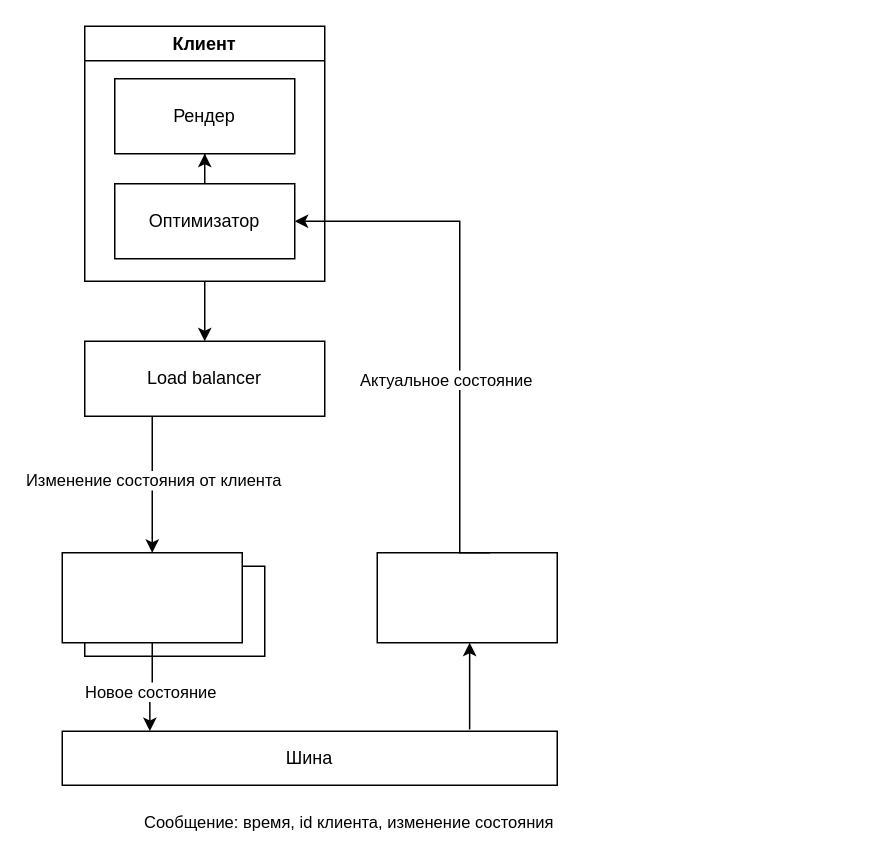
Before: Обработка игровой логики.drawio in careock/diagrams, a draw.io diagram. Source tidied: cells renumbered, new cells numbered last; positions are measured from the earlier drawing's top-left corner, leaving out a move shared by most shapes. Both pictures are drawn from the tidied source at 150%, with x=0, y=0 at pixel (62, 26).
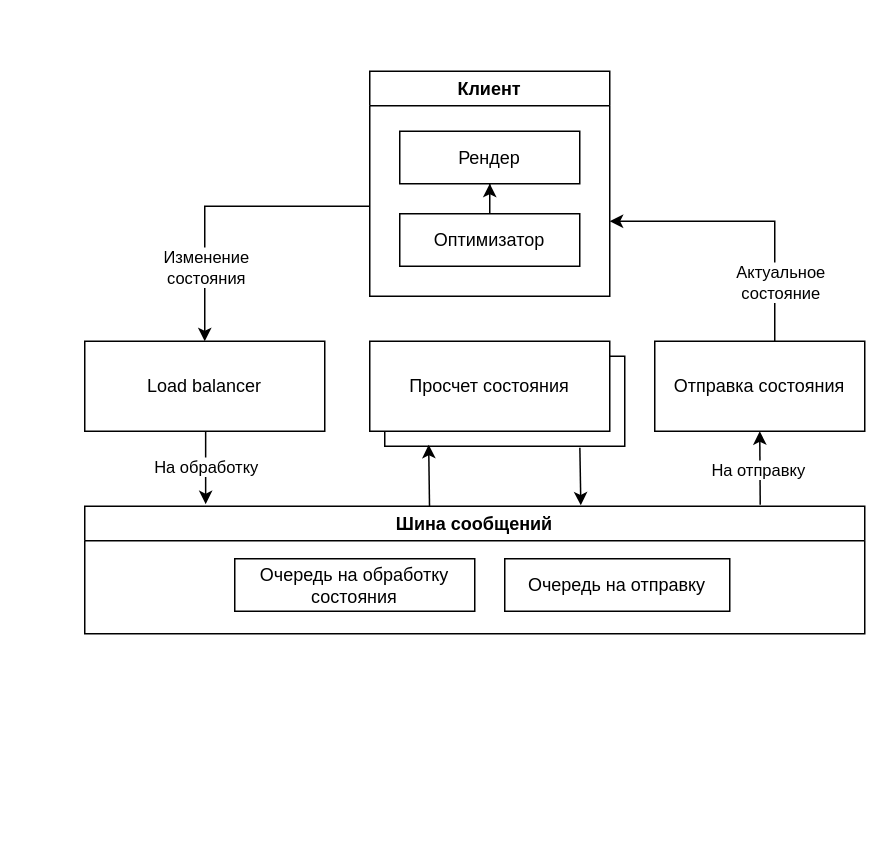
Above is the later version.

Diff of the diagram source:
```diff
@@
     <mxCell id="2" style="rounded=0;whiteSpace=wrap;html=1;" parent="1" vertex="1">
-      <mxGeometry x="15" y="360" width="120" height="60" as="geometry" />
+      <mxGeometry x="215" y="220" width="160" height="60" as="geometry" />
     </mxCell>
-    <mxCell id="3" style="edgeStyle=orthogonalEdgeStyle;rounded=0;jettySize=auto;html=1;entryX=0.177;entryY=-0.003;entryDx=0;entryDy=0;entryPerimeter=0;" parent="1" edge="1" source="5" target="10">
-      <mxGeometry relative="1" as="geometry">
-        <Array as="points">
-          <mxPoint x="60" y="440" />
-          <mxPoint x="58" y="440" />
-        </Array>
-      </mxGeometry>
-    </mxCell>
-    <mxCell id="4" value="Новое состояние" style="edgeLabel;html=1;align=center;verticalAlign=middle;" parent="3" vertex="1">
-      <mxGeometry x="0.14" relative="1" as="geometry" />
-    </mxCell>
-    <mxCell id="5" style="rounded=0;whiteSpace=wrap;html=1;" parent="1" vertex="1">
-      <mxGeometry y="351" width="120" height="60" as="geometry" />
+    <mxCell id="5" value="Просчет состояния" style="rounded=0;whiteSpace=wrap;html=1;" parent="1" vertex="1">
+      <mxGeometry x="205" y="210" width="160" height="60" as="geometry" />
     </mxCell>
-    <mxCell id="6" style="edgeStyle=orthogonalEdgeStyle;rounded=0;jettySize=auto;html=1;exitX=0.823;exitY=-0.032;exitDx=0;exitDy=0;exitPerimeter=0;" parent="1" edge="1" source="10" target="7">
-      <mxGeometry relative="1" as="geometry">
-        <Array as="points">
-          <mxPoint x="272" y="441" />
-          <mxPoint x="272" y="441" />
-        </Array>
-      </mxGeometry>
-    </mxCell>
-    <mxCell id="7" style="rounded=0;whiteSpace=wrap;html=1;" parent="1" vertex="1">
-      <mxGeometry x="210" y="351" width="120" height="60" as="geometry" />
+    <mxCell id="7" value="Отправка состояния" style="rounded=0;whiteSpace=wrap;html=1;" parent="1" vertex="1">
+      <mxGeometry x="395" y="210" width="140" height="60" as="geometry" />
     </mxCell>
-    <mxCell id="8" style="edgeStyle=orthogonalEdgeStyle;rounded=0;jettySize=auto;html=1;" parent="1" edge="1" target="18">
+    <mxCell id="8" style="edgeStyle=orthogonalEdgeStyle;rounded=0;jettySize=auto;html=1;" parent="1" edge="1" source="7">
       <mxGeometry relative="1" as="geometry">
-        <mxPoint x="285" y="351" as="sourcePoint" />
+        <mxPoint x="365" y="130" as="targetPoint" />
         <Array as="points">
-          <mxPoint x="265" y="351" />
-          <mxPoint x="265" y="130" />
+          <mxPoint x="475" y="130" />
         </Array>
       </mxGeometry>
     </mxCell>
-    <mxCell id="9" value="Актуальное состояние" style="edgeLabel;html=1;align=center;verticalAlign=middle;" parent="8" vertex="1">
+    <mxCell id="9" value="Актуальное &lt;br&gt;состояние" style="edgeLabel;html=1;align=center;verticalAlign=middle;" parent="8" vertex="1">
       <mxGeometry x="-0.07" y="-1" relative="1" as="geometry">
-        <mxPoint x="-11" y="27" as="offset" />
+        <mxPoint x="11" y="41" as="offset" />
       </mxGeometry>
     </mxCell>
-    <mxCell id="10" value="Шина" style="rounded=0;whiteSpace=wrap;html=1;" parent="1" vertex="1">
-      <mxGeometry y="470" width="330" height="36" as="geometry" />
-    </mxCell>
-    <mxCell id="11" style="edgeStyle=orthogonalEdgeStyle;rounded=0;jettySize=auto;html=1;entryX=0.5;entryY=0;entryDx=0;entryDy=0;" parent="1" edge="1" source="13" target="5">
-      <mxGeometry relative="1" as="geometry">
-        <Array as="points">
-          <mxPoint x="60" y="230" />
-          <mxPoint x="60" y="230" />
-        </Array>
-      </mxGeometry>
-    </mxCell>
-    <mxCell id="12" value="Изменение состояния от клиента" style="edgeLabel;html=1;align=center;verticalAlign=middle;" parent="11" vertex="1">
-      <mxGeometry x="-0.08" relative="1" as="geometry" />
-    </mxCell>
+    <mxCell id="20" value="На обработку" style="edgeStyle=orthogonalEdgeStyle;rounded=0;jettySize=auto;html=1;entryX=0.155;entryY=-0.016;entryDx=0;entryDy=0;entryPerimeter=0;" parent="1" edge="1" source="13" target="22">
+      <mxGeometry relative="1" as="geometry">
+        <Array as="points">
+          <mxPoint x="95" y="295" />
+        </Array>
+      </mxGeometry>
+    </mxCell>
     <mxCell id="13" value="Load balancer" style="rounded=0;whiteSpace=wrap;html=1;" parent="1" vertex="1">
-      <mxGeometry x="15" y="210" width="160" height="50" as="geometry" />
+      <mxGeometry x="15" y="210" width="160" height="60" as="geometry" />
     </mxCell>
-    <mxCell id="14" value="Сообщение: время, id клиента, изменение состояния" style="edgeLabel;html=1;align=center;verticalAlign=middle;" parent="1" vertex="1">
-      <mxGeometry x="190" y="530" as="geometry" />
-    </mxCell>
     <mxCell id="15" style="edgeStyle=orthogonalEdgeStyle;rounded=0;jettySize=auto;html=1;" parent="1" edge="1" source="16" target="13">
       <mxGeometry relative="1" as="geometry">
         <Array as="points">
-          <mxPoint x="95" y="190" />
-          <mxPoint x="95" y="190" />
+          <mxPoint x="95" y="120" />
         </Array>
       </mxGeometry>
     </mxCell>
+    <mxCell id="21" value="Изменение&lt;br&gt;состояния" style="edgeLabel;html=1;align=center;verticalAlign=middle;" parent="15" vertex="1">
+      <mxGeometry x="-0.03" y="2" relative="1" as="geometry">
+        <mxPoint x="-13" y="38" as="offset" />
+      </mxGeometry>
+    </mxCell>
     <mxCell id="16" value="Клиент" style="swimlane;whiteSpace=wrap;html=1;" parent="1" vertex="1">
-      <mxGeometry x="15" width="160" height="170" as="geometry" />
+      <mxGeometry x="205" y="30" width="160" height="150" as="geometry" />
     </mxCell>
     <mxCell id="17" value="Рендер" style="rounded=0;whiteSpace=wrap;html=1;" parent="16" vertex="1">
-      <mxGeometry x="20" y="35" width="120" height="50" as="geometry" />
+      <mxGeometry x="20" y="40" width="120" height="35" as="geometry" />
     </mxCell>
     <mxCell id="18" value="Оптимизатор" style="rounded=0;whiteSpace=wrap;html=1;" parent="16" vertex="1">
-      <mxGeometry x="20" y="105" width="120" height="50" as="geometry" />
+      <mxGeometry x="20" y="95" width="120" height="35" as="geometry" />
     </mxCell>
@@
+    <mxCell id="22" value="Шина сообщений" style="swimlane;whiteSpace=wrap;html=1;" parent="1" vertex="1">
+      <mxGeometry x="15" y="320" width="520" height="85" as="geometry" />
+    </mxCell>
+    <mxCell id="23" value="Очередь на обработку состояния" style="rounded=0;whiteSpace=wrap;html=1;" parent="22" vertex="1">
+      <mxGeometry x="100" y="35" width="160" height="35" as="geometry" />
+    </mxCell>
+    <mxCell id="24" value="Очередь на отправку" style="rounded=0;whiteSpace=wrap;html=1;" parent="22" vertex="1">
+      <mxGeometry x="280" y="35" width="150" height="35" as="geometry" />
+    </mxCell>
+    <mxCell id="25" style="endArrow=classic;html=1;rounded=0;entryX=0.5;entryY=1;entryDx=0;entryDy=0;exitX=0.866;exitY=-0.012;exitDx=0;exitDy=0;exitPerimeter=0;" parent="1" edge="1" source="22" target="7">
+      <mxGeometry relative="1" as="geometry" />
+    </mxCell>
+    <mxCell id="26" value="На отправку" style="edgeLabel;html=1;align=center;verticalAlign=middle;" parent="25" vertex="1">
+      <mxGeometry x="-0.08" y="2" relative="1" as="geometry" />
+    </mxCell>
+    <mxCell id="27" style="endArrow=classic;html=1;rounded=0;exitX=0.442;exitY=0;exitDx=0;exitDy=0;exitPerimeter=0;entryX=0.183;entryY=0.983;entryDx=0;entryDy=0;entryPerimeter=0;" parent="1" edge="1" source="22" target="2">
+      <mxGeometry relative="1" as="geometry" />
+    </mxCell>
+    <mxCell id="28" style="endArrow=classic;html=1;rounded=0;exitX=0.813;exitY=1.017;exitDx=0;exitDy=0;exitPerimeter=0;entryX=0.636;entryY=-0.007;entryDx=0;entryDy=0;entryPerimeter=0;" parent="1" edge="1" source="2" target="22">
+      <mxGeometry relative="1" as="geometry" />
+    </mxCell>
```
